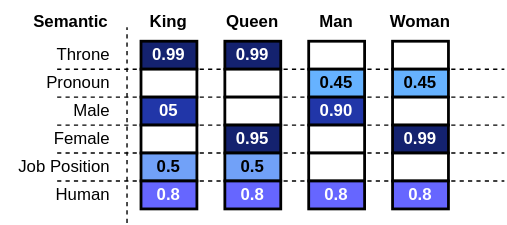
Earlier version of the draw.io export word_embedding_example.svg (yyhtbs-yye/course_images). Source tidied: cells renumbered, new cells last; positions are measured from the earlier drawing's top-left corner, leaving out a move shared by most shapes. The source it was exported from:
```xml
<mxGraphModel>
  <root>
    <mxCell id="0" />
    <mxCell id="1" parent="0" />
    <mxCell id="2" value="0.99" style="rounded=0;whiteSpace=wrap;html=1;fillColor=#14226F;strokeWidth=2;fontColor=#FFFFFF;fontStyle=1;" parent="1" vertex="1">
      <mxGeometry x="100" y="29" width="40" height="20" as="geometry" />
    </mxCell>
    <mxCell id="3" value="0.99" style="rounded=0;whiteSpace=wrap;html=1;fillColor=#14226F;strokeWidth=2;fontColor=#FFFFFF;fontStyle=1;" parent="1" vertex="1">
      <mxGeometry x="160" y="29" width="40" height="20" as="geometry" />
    </mxCell>
    <mxCell id="4" style="rounded=0;whiteSpace=wrap;html=1;strokeWidth=2;fontStyle=1;" parent="1" vertex="1">
      <mxGeometry x="220" y="29" width="40" height="20" as="geometry" />
    </mxCell>
    <mxCell id="5" style="rounded=0;whiteSpace=wrap;html=1;strokeWidth=2;fontStyle=1;" parent="1" vertex="1">
      <mxGeometry x="280" y="29" width="40" height="20" as="geometry" />
    </mxCell>
    <mxCell id="6" style="rounded=0;whiteSpace=wrap;html=1;strokeWidth=2;" parent="1" vertex="1">
      <mxGeometry x="100" y="49" width="40" height="20" as="geometry" />
    </mxCell>
    <mxCell id="7" style="rounded=0;whiteSpace=wrap;html=1;strokeWidth=2;" parent="1" vertex="1">
      <mxGeometry x="160" y="49" width="40" height="20" as="geometry" />
    </mxCell>
    <mxCell id="8" value="0.45" style="rounded=0;whiteSpace=wrap;html=1;fillColor=#66B2FF;strokeWidth=2;fontStyle=1;" parent="1" vertex="1">
      <mxGeometry x="220" y="49" width="40" height="20" as="geometry" />
    </mxCell>
    <mxCell id="9" value="0.45" style="rounded=0;whiteSpace=wrap;html=1;fillColor=#66B2FF;strokeWidth=2;fontStyle=1;" parent="1" vertex="1">
      <mxGeometry x="280" y="49" width="40" height="20" as="geometry" />
    </mxCell>
    <mxCell id="10" value="05" style="rounded=0;whiteSpace=wrap;html=1;fillColor=#2136a8;strokeWidth=2;fontColor=#FFFFFF;fontStyle=1;" parent="1" vertex="1">
      <mxGeometry x="100" y="69" width="40" height="20" as="geometry" />
    </mxCell>
    <mxCell id="11" style="rounded=0;whiteSpace=wrap;html=1;strokeWidth=2;" parent="1" vertex="1">
      <mxGeometry x="160" y="69" width="40" height="20" as="geometry" />
    </mxCell>
    <mxCell id="12" value="0.90" style="rounded=0;whiteSpace=wrap;html=1;fillColor=#2136a8;strokeWidth=2;fontColor=#FFFFFF;fontStyle=1;" parent="1" vertex="1">
      <mxGeometry x="220" y="69" width="40" height="20" as="geometry" />
    </mxCell>
    <mxCell id="13" style="rounded=0;whiteSpace=wrap;html=1;strokeWidth=2;" parent="1" vertex="1">
      <mxGeometry x="280" y="69" width="40" height="20" as="geometry" />
    </mxCell>
    <mxCell id="14" style="rounded=0;whiteSpace=wrap;html=1;strokeWidth=2;" parent="1" vertex="1">
      <mxGeometry x="100" y="89" width="40" height="20" as="geometry" />
    </mxCell>
    <mxCell id="15" value="0.95" style="rounded=0;whiteSpace=wrap;html=1;fillColor=#14226F;strokeWidth=2;fontColor=#FFFFFF;fontStyle=1;" parent="1" vertex="1">
      <mxGeometry x="160" y="89" width="40" height="20" as="geometry" />
    </mxCell>
    <mxCell id="16" style="rounded=0;whiteSpace=wrap;html=1;strokeWidth=2;" parent="1" vertex="1">
      <mxGeometry x="220" y="89" width="40" height="20" as="geometry" />
    </mxCell>
    <mxCell id="17" value="0.99" style="rounded=0;whiteSpace=wrap;html=1;fillColor=#14226F;strokeWidth=2;fontStyle=1;fontColor=#FFFFFF;" parent="1" vertex="1">
      <mxGeometry x="280" y="89" width="40" height="20" as="geometry" />
    </mxCell>
    <mxCell id="18" value="0.5" style="rounded=0;whiteSpace=wrap;html=1;fillColor=#71a1f8;strokeWidth=2;fontStyle=1;" parent="1" vertex="1">
      <mxGeometry x="100" y="109" width="40" height="20" as="geometry" />
    </mxCell>
    <mxCell id="19" value="0.5" style="rounded=0;whiteSpace=wrap;html=1;fillColor=#71a1f8;strokeWidth=2;fontStyle=1;" parent="1" vertex="1">
      <mxGeometry x="160" y="109" width="40" height="20" as="geometry" />
    </mxCell>
    <mxCell id="20" style="rounded=0;whiteSpace=wrap;html=1;strokeWidth=2;" parent="1" vertex="1">
      <mxGeometry x="220" y="109" width="40" height="20" as="geometry" />
    </mxCell>
    <mxCell id="21" style="rounded=0;whiteSpace=wrap;html=1;strokeWidth=2;" parent="1" vertex="1">
      <mxGeometry x="280" y="109" width="40" height="20" as="geometry" />
    </mxCell>
    <mxCell id="22" value="0.8" style="rounded=0;whiteSpace=wrap;html=1;fillColor=#6666FF;strokeWidth=2;fontColor=#FFFFFF;fontStyle=1;" parent="1" vertex="1">
      <mxGeometry x="100" y="129" width="40" height="20" as="geometry" />
    </mxCell>
    <mxCell id="23" value="0.8" style="rounded=0;whiteSpace=wrap;html=1;fillColor=#6666FF;strokeWidth=2;fontColor=#FFFFFF;fontStyle=1;" parent="1" vertex="1">
      <mxGeometry x="160" y="129" width="40" height="20" as="geometry" />
    </mxCell>
    <mxCell id="24" value="0.8" style="rounded=0;whiteSpace=wrap;html=1;fillColor=#6666FF;strokeWidth=2;fontColor=#FFFFFF;fontStyle=1;" parent="1" vertex="1">
      <mxGeometry x="220" y="129" width="40" height="20" as="geometry" />
    </mxCell>
    <mxCell id="25" value="0.8" style="rounded=0;whiteSpace=wrap;html=1;fillColor=#6666FF;strokeWidth=2;fontColor=#FFFFFF;fontStyle=1;" parent="1" vertex="1">
      <mxGeometry x="280" y="129" width="40" height="20" as="geometry" />
    </mxCell>
    <mxCell id="26" value="King" style="text;html=1;strokeColor=none;fillColor=none;align=center;verticalAlign=middle;whiteSpace=wrap;rounded=0;fontStyle=1;" parent="1" vertex="1">
      <mxGeometry x="90" width="60" height="30" as="geometry" />
    </mxCell>
    <mxCell id="27" value="Queen" style="text;html=1;strokeColor=none;fillColor=none;align=center;verticalAlign=middle;whiteSpace=wrap;rounded=0;fontStyle=1;" parent="1" vertex="1">
      <mxGeometry x="150" width="60" height="30" as="geometry" />
    </mxCell>
    <mxCell id="28" value="Man" style="text;html=1;strokeColor=none;fillColor=none;align=center;verticalAlign=middle;whiteSpace=wrap;rounded=0;fontStyle=1;" parent="1" vertex="1">
      <mxGeometry x="210" width="60" height="30" as="geometry" />
    </mxCell>
    <mxCell id="29" value="Woman" style="text;html=1;strokeColor=none;fillColor=none;align=center;verticalAlign=middle;whiteSpace=wrap;rounded=0;fontStyle=1;" parent="1" vertex="1">
      <mxGeometry x="270" width="60" height="30" as="geometry" />
    </mxCell>
    <mxCell id="30" style="endArrow=none;dashed=1;html=1;rounded=0;" parent="1" edge="1">
      <mxGeometry relative="1" as="geometry">
        <mxPoint x="40" y="129" as="sourcePoint" />
        <mxPoint x="360" y="129" as="targetPoint" />
      </mxGeometry>
    </mxCell>
    <mxCell id="31" value="Human" style="text;html=1;strokeColor=none;fillColor=none;align=right;verticalAlign=middle;whiteSpace=wrap;rounded=0;" parent="1" vertex="1">
      <mxGeometry y="129" width="80" height="20" as="geometry" />
    </mxCell>
    <mxCell id="32" value="Job Position" style="text;html=1;strokeColor=none;fillColor=none;align=right;verticalAlign=middle;whiteSpace=wrap;rounded=0;" parent="1" vertex="1">
      <mxGeometry y="109" width="80" height="20" as="geometry" />
    </mxCell>
    <mxCell id="33" style="endArrow=none;dashed=1;html=1;rounded=0;" parent="1" edge="1">
      <mxGeometry relative="1" as="geometry">
        <mxPoint x="40" y="109" as="sourcePoint" />
        <mxPoint x="360" y="109" as="targetPoint" />
      </mxGeometry>
    </mxCell>
    <mxCell id="34" style="endArrow=none;dashed=1;html=1;rounded=0;" parent="1" edge="1">
      <mxGeometry relative="1" as="geometry">
        <mxPoint x="40" y="89" as="sourcePoint" />
        <mxPoint x="360" y="89" as="targetPoint" />
      </mxGeometry>
    </mxCell>
    <mxCell id="35" style="endArrow=none;dashed=1;html=1;rounded=0;" parent="1" edge="1">
      <mxGeometry relative="1" as="geometry">
        <mxPoint x="40" y="69" as="sourcePoint" />
        <mxPoint x="360" y="69" as="targetPoint" />
      </mxGeometry>
    </mxCell>
    <mxCell id="36" style="endArrow=none;dashed=1;html=1;rounded=0;" parent="1" edge="1">
      <mxGeometry relative="1" as="geometry">
        <mxPoint x="40" y="49" as="sourcePoint" />
        <mxPoint x="360" y="49" as="targetPoint" />
      </mxGeometry>
    </mxCell>
    <mxCell id="37" value="Throne" style="text;html=1;strokeColor=none;fillColor=none;align=right;verticalAlign=middle;whiteSpace=wrap;rounded=0;" parent="1" vertex="1">
      <mxGeometry y="29" width="80" height="20" as="geometry" />
    </mxCell>
    <mxCell id="38" value="Male" style="text;html=1;strokeColor=none;fillColor=none;align=right;verticalAlign=middle;whiteSpace=wrap;rounded=0;" parent="1" vertex="1">
      <mxGeometry y="69" width="80" height="20" as="geometry" />
    </mxCell>
    <mxCell id="39" value="Female" style="text;html=1;strokeColor=none;fillColor=none;align=right;verticalAlign=middle;whiteSpace=wrap;rounded=0;" parent="1" vertex="1">
      <mxGeometry y="89" width="80" height="20" as="geometry" />
    </mxCell>
    <mxCell id="40" value="Pronoun" style="text;html=1;strokeColor=none;fillColor=none;align=right;verticalAlign=middle;whiteSpace=wrap;rounded=0;" parent="1" vertex="1">
      <mxGeometry y="49" width="80" height="20" as="geometry" />
    </mxCell>
    <mxCell id="41" style="endArrow=none;dashed=1;html=1;rounded=0;" parent="1" edge="1">
      <mxGeometry relative="1" as="geometry">
        <mxPoint x="90" y="159" as="sourcePoint" />
        <mxPoint x="90" y="19" as="targetPoint" />
      </mxGeometry>
    </mxCell>
    <mxCell id="42" value="Semantic" style="text;html=1;strokeColor=none;fillColor=none;align=center;verticalAlign=middle;whiteSpace=wrap;rounded=0;fontStyle=1;" parent="1" vertex="1">
      <mxGeometry x="20" width="60" height="30" as="geometry" />
    </mxCell>
  </root>
</mxGraphModel>
```
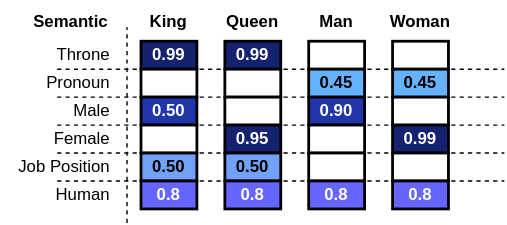
The same file after the commit.

The edit, as a diff of the source:
```diff
@@ -26,7 +26,7 @@
     <mxCell id="9" value="0.45" style="rounded=0;whiteSpace=wrap;html=1;fillColor=#66B2FF;strokeWidth=2;fontStyle=1;" parent="1" vertex="1">
       <mxGeometry x="280" y="49" width="40" height="20" as="geometry" />
     </mxCell>
-    <mxCell id="10" value="05" style="rounded=0;whiteSpace=wrap;html=1;fillColor=#2136a8;strokeWidth=2;fontColor=#FFFFFF;fontStyle=1;" parent="1" vertex="1">
+    <mxCell id="10" value="0.50" style="rounded=0;whiteSpace=wrap;html=1;fillColor=#2136a8;strokeWidth=2;fontColor=#FFFFFF;fontStyle=1;" parent="1" vertex="1">
       <mxGeometry x="100" y="69" width="40" height="20" as="geometry" />
     </mxCell>
     <mxCell id="11" style="rounded=0;whiteSpace=wrap;html=1;strokeWidth=2;" parent="1" vertex="1">
@@ -50,10 +50,10 @@
     <mxCell id="17" value="0.99" style="rounded=0;whiteSpace=wrap;html=1;fillColor=#14226F;strokeWidth=2;fontStyle=1;fontColor=#FFFFFF;" parent="1" vertex="1">
       <mxGeometry x="280" y="89" width="40" height="20" as="geometry" />
     </mxCell>
-    <mxCell id="18" value="0.5" style="rounded=0;whiteSpace=wrap;html=1;fillColor=#71a1f8;strokeWidth=2;fontStyle=1;" parent="1" vertex="1">
+    <mxCell id="18" value="0.50" style="rounded=0;whiteSpace=wrap;html=1;fillColor=#71a1f8;strokeWidth=2;fontStyle=1;" parent="1" vertex="1">
       <mxGeometry x="100" y="109" width="40" height="20" as="geometry" />
     </mxCell>
-    <mxCell id="19" value="0.5" style="rounded=0;whiteSpace=wrap;html=1;fillColor=#71a1f8;strokeWidth=2;fontStyle=1;" parent="1" vertex="1">
+    <mxCell id="19" value="0.50" style="rounded=0;whiteSpace=wrap;html=1;fillColor=#71a1f8;strokeWidth=2;fontStyle=1;" parent="1" vertex="1">
       <mxGeometry x="160" y="109" width="40" height="20" as="geometry" />
     </mxCell>
     <mxCell id="20" style="rounded=0;whiteSpace=wrap;html=1;strokeWidth=2;" parent="1" vertex="1">
```
